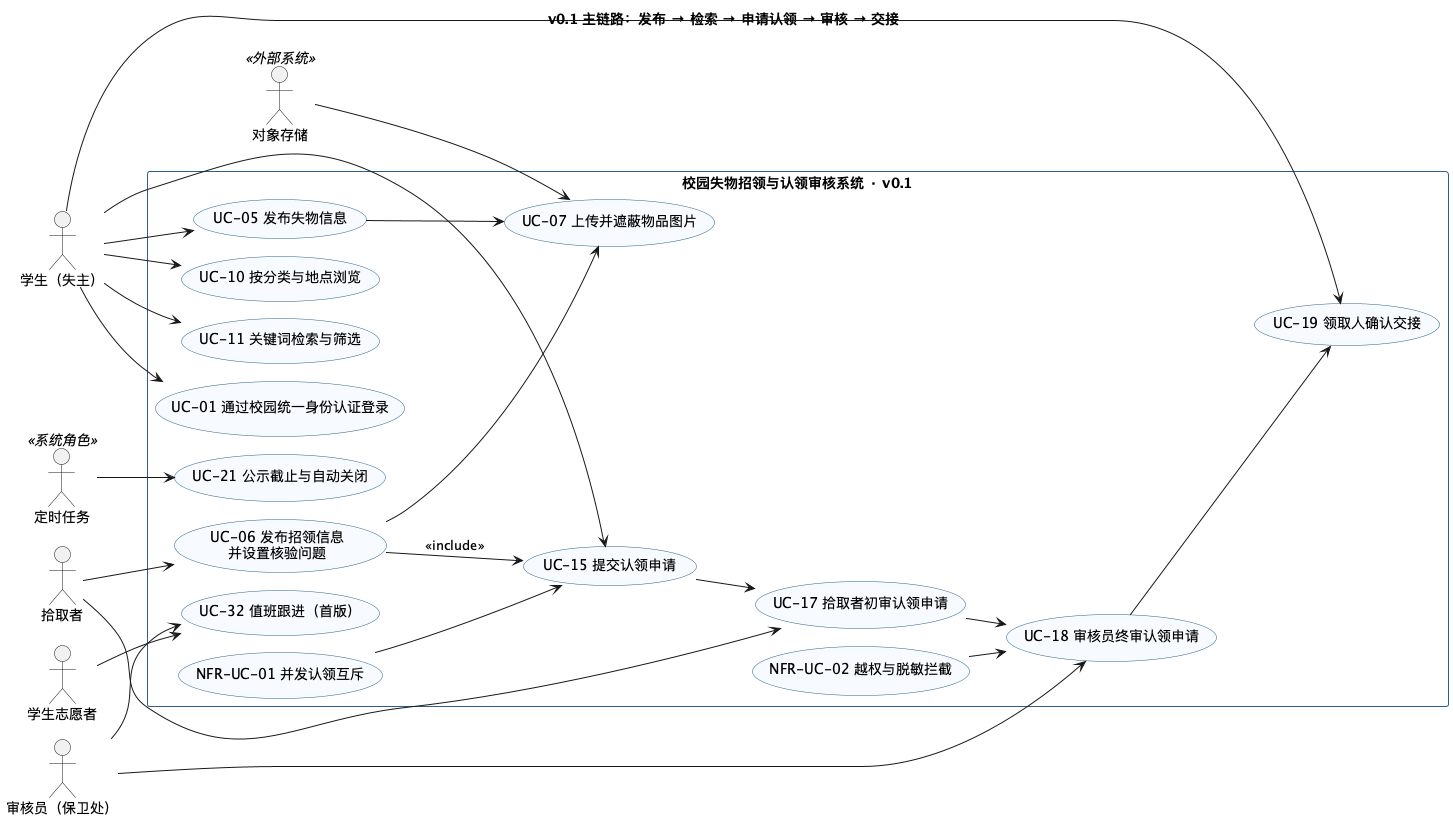
Before: docs/assets/usecase-v01.png, a diagram exported from PlantUML (phao90016-jpg/Tongji-campus-lost-found).
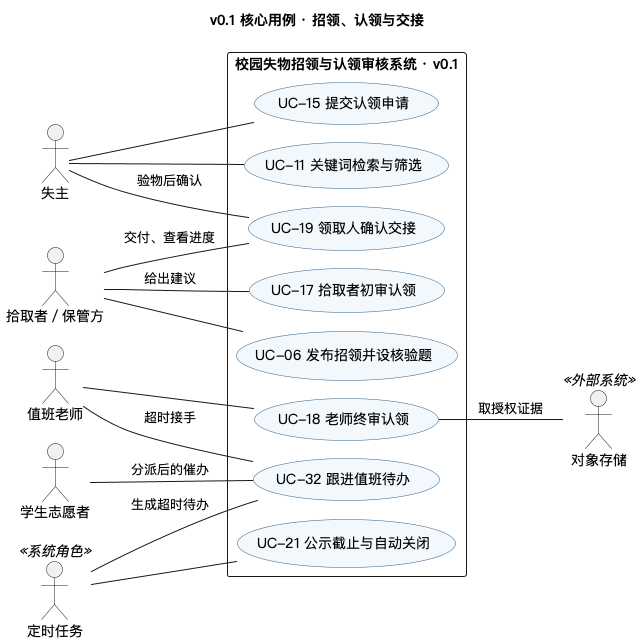
Later version of the same file.

Diff of the diagram source:
```diff
@@ -1,65 +1,43 @@
 @startuml usecase-v01
 !pragma layout smetana
-title v0.1 主链路：发布 → 检索 → 申请认领 → 审核 → 交接
-
+title v0.1 核心用例 · 招领、认领与交接
+skinparam defaultFontName "PingFang SC"
 skinparam shadowing false
-skinparam defaultFontName "Microsoft YaHei"
 skinparam usecase {
-  BackgroundColor #F7FBFF
-  BorderColor #2C5F8A
-}
-skinparam rectangle {
-  BackgroundColor #FFFFFF
+  BackgroundColor #F3F8FC
   BorderColor #2C5F8A
 }
 left to right direction
 
-actor "学生（失主）" as STU
-actor "拾取者" as FINDER
-actor "审核员（保卫处）" as REVIEWER
+
+actor "失主" as STU
+actor "拾取者／保管方" as FINDER
+actor "值班老师" as REVIEWER
 actor "学生志愿者" as VOL
 actor "定时任务" as SCHED <<系统角色>>
 actor "对象存储" as OSS <<外部系统>>
 
 rectangle "校园失物招领与认领审核系统 · v0.1" {
-  usecase "UC-01 通过校园统一身份认证登录" as UC01
-  usecase "UC-05 发布失物信息" as UC05
-  usecase "UC-06 发布招领信息\n并设置核验问题" as UC06
-  usecase "UC-07 上传并遮蔽物品图片" as UC07
-  usecase "UC-10 按分类与地点浏览" as UC10
+  usecase "UC-06 发布招领并设核验题" as UC06
   usecase "UC-11 关键词检索与筛选" as UC11
   usecase "UC-15 提交认领申请" as UC15
-  usecase "UC-17 拾取者初审认领申请" as UC17
-  usecase "UC-18 审核员终审认领申请" as UC18
+  usecase "UC-17 拾取者初审认领" as UC17
+  usecase "UC-18 老师终审认领" as UC18
   usecase "UC-19 领取人确认交接" as UC19
   usecase "UC-21 公示截止与自动关闭" as UC21
-  usecase "UC-32 值班跟进（首版）" as UC32
-  usecase "NFR-UC-01 并发认领互斥" as NFR01
-  usecase "NFR-UC-02 越权与脱敏拦截" as NFR02
+  usecase "UC-32 跟进值班待办" as UC32
 }
 
-STU --> UC01
-STU --> UC05
-STU --> UC10
-STU --> UC11
-STU --> UC15
-STU --> UC19
-FINDER --> UC06
-FINDER --> UC17
-REVIEWER --> UC18
-REVIEWER --> UC32
-VOL --> UC32
-SCHED --> UC21
-
-UC05 --> UC07
-UC06 --> UC07
-UC06 --> UC15 : <<include>>
-UC15 --> UC17
-UC17 --> UC18
-UC18 --> UC19
-
-NFR01 --> UC15
-NFR02 --> UC18
-OSS --> UC07
-
+STU -- UC11
+STU -- UC15
+STU -- UC19 : 验物后确认
+FINDER -- UC06
+FINDER -- UC17 : 给出建议
+FINDER -- UC19 : 交付、查看进度
+REVIEWER -- UC18
+REVIEWER -- UC32 : 超时接手
+VOL -- UC32 : 分派后的催办
+SCHED -- UC21
+SCHED -- UC32 : 生成超时待办
+UC18 -- OSS : 取授权证据
 @enduml
```
